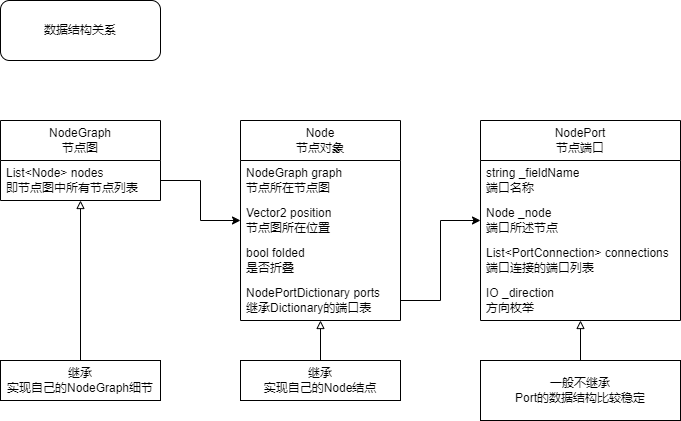
This is Documents/Unity插件研究/01.assets/d1.drawio.png from azurezhc/azurezhc.github.io, a draw.io export, as it was before one commit. Source tidied: cells renumbered, new cells last; positions are measured from the earlier drawing's top-left corner, leaving out a move shared by most shapes.
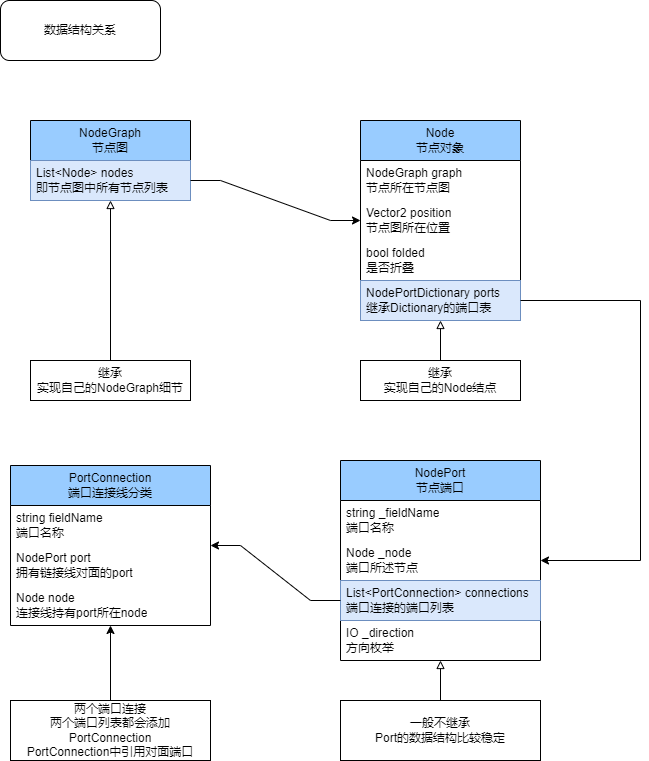
Later version of the same file.

Commit message:
# 同步修改 修改xnode中图

The edit, as a diff of the source:
```diff
@@ -2,14 +2,14 @@
   <root>
     <mxCell id="0" />
     <mxCell id="1" parent="0" />
-    <mxCell id="2" value="NodeGraph&lt;br&gt;节点图" style="swimlane;fontStyle=0;horizontal=1;startSize=40;whiteSpace=wrap;html=1;" parent="1" vertex="1">
-      <mxGeometry y="120" width="160" height="80" as="geometry" />
+    <mxCell id="2" value="NodeGraph&lt;br&gt;节点图" style="swimlane;fontStyle=0;horizontal=1;startSize=40;whiteSpace=wrap;html=1;fillColor=#99CCFF;" parent="1" vertex="1">
+      <mxGeometry x="30" y="120" width="160" height="80" as="geometry" />
     </mxCell>
-    <mxCell id="3" value="List&amp;lt;Node&amp;gt; nodes&lt;br&gt;即节点图中所有节点列表" style="text;strokeColor=none;fillColor=none;align=left;verticalAlign=middle;spacingLeft=4;spacingRight=4;overflow=hidden;points=[[0,0.5],[1,0.5]];portConstraint=eastwest;whiteSpace=wrap;html=1;" parent="2" vertex="1">
+    <mxCell id="3" value="List&amp;lt;Node&amp;gt; nodes&lt;br&gt;即节点图中所有节点列表" style="text;strokeColor=#6c8ebf;fillColor=#dae8fc;align=left;verticalAlign=middle;spacingLeft=4;spacingRight=4;overflow=hidden;points=[[0,0.5],[1,0.5]];portConstraint=eastwest;whiteSpace=wrap;html=1;" parent="2" vertex="1">
       <mxGeometry y="40" width="160" height="40" as="geometry" />
     </mxCell>
-    <mxCell id="4" value="Node&lt;br&gt;节点对象" style="swimlane;fontStyle=0;horizontal=1;startSize=40;whiteSpace=wrap;html=1;" parent="1" vertex="1">
-      <mxGeometry x="240" y="120" width="160" height="200" as="geometry" />
+    <mxCell id="4" value="Node&lt;br&gt;节点对象" style="swimlane;fontStyle=0;horizontal=1;startSize=40;whiteSpace=wrap;html=1;fillColor=#99CCFF;" parent="1" vertex="1">
+      <mxGeometry x="360" y="120" width="160" height="200" as="geometry" />
     </mxCell>
     <mxCell id="5" value="NodeGraph graph&lt;br&gt;节点所在节点图" style="text;strokeColor=none;fillColor=none;align=left;verticalAlign=middle;spacingLeft=4;spacingRight=4;overflow=hidden;whiteSpace=wrap;html=1;" parent="4" vertex="1">
       <mxGeometry y="40" width="160" height="40" as="geometry" />
@@ -20,14 +20,14 @@
     <mxCell id="7" value="bool folded&lt;br&gt;是否折叠" style="text;strokeColor=none;fillColor=none;align=left;verticalAlign=middle;spacingLeft=4;spacingRight=4;overflow=hidden;whiteSpace=wrap;html=1;" parent="4" vertex="1">
       <mxGeometry y="120" width="160" height="40" as="geometry" />
     </mxCell>
-    <mxCell id="8" value="NodePortDictionary ports&lt;br&gt;继承Dictionary的端口表" style="text;strokeColor=none;fillColor=none;align=left;verticalAlign=middle;spacingLeft=4;spacingRight=4;overflow=hidden;points=[[0,0.5],[1,0.5]];portConstraint=eastwest;whiteSpace=wrap;html=1;" parent="4" vertex="1">
+    <mxCell id="8" value="NodePortDictionary ports&lt;br&gt;继承Dictionary的端口表" style="text;strokeColor=#6c8ebf;fillColor=#dae8fc;align=left;verticalAlign=middle;spacingLeft=4;spacingRight=4;overflow=hidden;points=[[0,0.5],[1,0.5]];portConstraint=eastwest;whiteSpace=wrap;html=1;" parent="4" vertex="1">
       <mxGeometry y="160" width="160" height="40" as="geometry" />
     </mxCell>
-    <mxCell id="9" style="edgeStyle=orthogonalEdgeStyle;rounded=0;jettySize=auto;html=1;" parent="1" edge="1" source="3" target="4">
+    <mxCell id="9" style="edgeStyle=entityRelationEdgeStyle;rounded=0;jettySize=auto;html=1;" parent="1" edge="1" source="3" target="4">
       <mxGeometry relative="1" as="geometry" />
     </mxCell>
-    <mxCell id="10" value="NodePort&lt;br&gt;节点端口" style="swimlane;fontStyle=0;horizontal=1;startSize=40;whiteSpace=wrap;html=1;" parent="1" vertex="1">
-      <mxGeometry x="480" y="120" width="200" height="200" as="geometry" />
+    <mxCell id="10" value="NodePort&lt;br&gt;节点端口" style="swimlane;fontStyle=0;horizontal=1;startSize=40;whiteSpace=wrap;html=1;fillColor=#99CCFF;" parent="1" vertex="1">
+      <mxGeometry x="340" y="460" width="200" height="200" as="geometry" />
     </mxCell>
     <mxCell id="11" value="string _fieldName&lt;br&gt;端口名称" style="text;strokeColor=none;fillColor=none;align=left;verticalAlign=middle;spacingLeft=4;spacingRight=4;overflow=hidden;whiteSpace=wrap;html=1;" parent="10" vertex="1">
       <mxGeometry y="40" width="200" height="40" as="geometry" />
@@ -35,14 +35,19 @@
     <mxCell id="12" value="Node _node&lt;br&gt;端口所述节点" style="text;strokeColor=none;fillColor=none;align=left;verticalAlign=middle;spacingLeft=4;spacingRight=4;overflow=hidden;whiteSpace=wrap;html=1;" parent="10" vertex="1">
       <mxGeometry y="80" width="200" height="40" as="geometry" />
     </mxCell>
-    <mxCell id="13" value="List&amp;lt;PortConnection&amp;gt; connections&lt;br&gt;端口连接的端口列表" style="text;strokeColor=none;fillColor=none;align=left;verticalAlign=middle;spacingLeft=4;spacingRight=4;overflow=hidden;points=[[0,0.5],[1,0.5]];portConstraint=eastwest;whiteSpace=wrap;html=1;" parent="10" vertex="1">
+    <mxCell id="13" value="List&amp;lt;PortConnection&amp;gt; connections&lt;br&gt;端口连接的端口列表" style="text;strokeColor=#6c8ebf;fillColor=#dae8fc;align=left;verticalAlign=middle;spacingLeft=4;spacingRight=4;overflow=hidden;points=[[0,0.5],[1,0.5]];portConstraint=eastwest;whiteSpace=wrap;html=1;" parent="10" vertex="1">
       <mxGeometry y="120" width="200" height="40" as="geometry" />
     </mxCell>
     <mxCell id="14" value="IO _direction&lt;br&gt;方向枚举" style="text;strokeColor=none;fillColor=none;align=left;verticalAlign=middle;spacingLeft=4;spacingRight=4;overflow=hidden;whiteSpace=wrap;html=1;" parent="10" vertex="1">
       <mxGeometry y="160" width="200" height="40" as="geometry" />
     </mxCell>
     <mxCell id="15" style="edgeStyle=orthogonalEdgeStyle;rounded=0;jettySize=auto;html=1;" parent="1" edge="1" source="8" target="10">
-      <mxGeometry relative="1" as="geometry" />
+      <mxGeometry relative="1" as="geometry">
+        <Array as="points">
+          <mxPoint x="640" y="300" />
+          <mxPoint x="640" y="560" />
+        </Array>
+      </mxGeometry>
     </mxCell>
     <mxCell id="16" value="数据结构关系" style="rounded=1;whiteSpace=wrap;html=1;" parent="1" vertex="1">
       <mxGeometry width="160" height="60" as="geometry" />
@@ -51,19 +56,40 @@
       <mxGeometry relative="1" as="geometry" />
     </mxCell>
     <mxCell id="18" value="继承&lt;br&gt;实现自己的NodeGraph细节" style="rounded=0;whiteSpace=wrap;html=1;" parent="1" vertex="1">
-      <mxGeometry y="360" width="160" height="40" as="geometry" />
+      <mxGeometry x="30" y="360" width="160" height="40" as="geometry" />
     </mxCell>
     <mxCell id="19" style="edgeStyle=orthogonalEdgeStyle;rounded=0;jettySize=auto;html=1;endArrow=block;endFill=0;" parent="1" edge="1" source="20" target="4">
       <mxGeometry relative="1" as="geometry" />
     </mxCell>
     <mxCell id="20" value="继承&lt;br&gt;实现自己的Node结点" style="rounded=0;whiteSpace=wrap;html=1;" parent="1" vertex="1">
-      <mxGeometry x="240" y="360" width="160" height="40" as="geometry" />
+      <mxGeometry x="360" y="360" width="160" height="40" as="geometry" />
     </mxCell>
     <mxCell id="21" style="edgeStyle=orthogonalEdgeStyle;rounded=0;jettySize=auto;html=1;endArrow=block;endFill=0;" parent="1" edge="1" source="22" target="10">
       <mxGeometry relative="1" as="geometry" />
     </mxCell>
     <mxCell id="22" value="一般不继承&lt;br&gt;Port的数据结构比较稳定" style="rounded=0;whiteSpace=wrap;html=1;" parent="1" vertex="1">
-      <mxGeometry x="480" y="360" width="200" height="60" as="geometry" />
+      <mxGeometry x="340" y="700" width="200" height="60" as="geometry" />
     </mxCell>
+    <mxCell id="23" value="PortConnection&lt;br&gt;端口连接线分类" style="swimlane;fontStyle=0;horizontal=1;startSize=40;whiteSpace=wrap;html=1;fillColor=#99CCFF;" parent="1" vertex="1">
+      <mxGeometry x="10" y="465" width="200" height="160" as="geometry" />
+    </mxCell>
+    <mxCell id="24" value="string fieldName&lt;br&gt;端口名称" style="text;strokeColor=none;fillColor=none;align=left;verticalAlign=middle;spacingLeft=4;spacingRight=4;overflow=hidden;whiteSpace=wrap;html=1;" parent="23" vertex="1">
+      <mxGeometry y="40" width="200" height="40" as="geometry" />
+    </mxCell>
+    <mxCell id="25" value="NodePort port&lt;br&gt;拥有链接线对面的port" style="text;strokeColor=none;fillColor=none;align=left;verticalAlign=middle;spacingLeft=4;spacingRight=4;overflow=hidden;whiteSpace=wrap;html=1;" parent="23" vertex="1">
+      <mxGeometry y="80" width="200" height="40" as="geometry" />
+    </mxCell>
+    <mxCell id="26" value="Node node&lt;br&gt;连接线持有port所在node" style="text;strokeColor=none;fillColor=none;align=left;verticalAlign=middle;spacingLeft=4;spacingRight=4;overflow=hidden;whiteSpace=wrap;html=1;" parent="23" vertex="1">
+      <mxGeometry y="120" width="200" height="40" as="geometry" />
+    </mxCell>
+    <mxCell id="27" style="edgeStyle=entityRelationEdgeStyle;rounded=0;jettySize=auto;html=1;endArrow=classic;endFill=1;" parent="1" edge="1" source="13" target="23">
+      <mxGeometry relative="1" as="geometry" />
+    </mxCell>
+    <mxCell id="28" style="rounded=0;jettySize=auto;html=1;endArrow=classic;endFill=1;" parent="1" edge="1" source="29" target="23">
+      <mxGeometry relative="1" as="geometry" />
+    </mxCell>
+    <mxCell id="29" value="两个端口连接&lt;br&gt;两个端口列表都会添加PortConnection&lt;br&gt;PortConnection中引用对面端口" style="rounded=0;whiteSpace=wrap;html=1;" parent="1" vertex="1">
+      <mxGeometry x="10" y="700" width="200" height="60" as="geometry" />
+    </mxCell>
   </root>
 </mxGraphModel>
```
